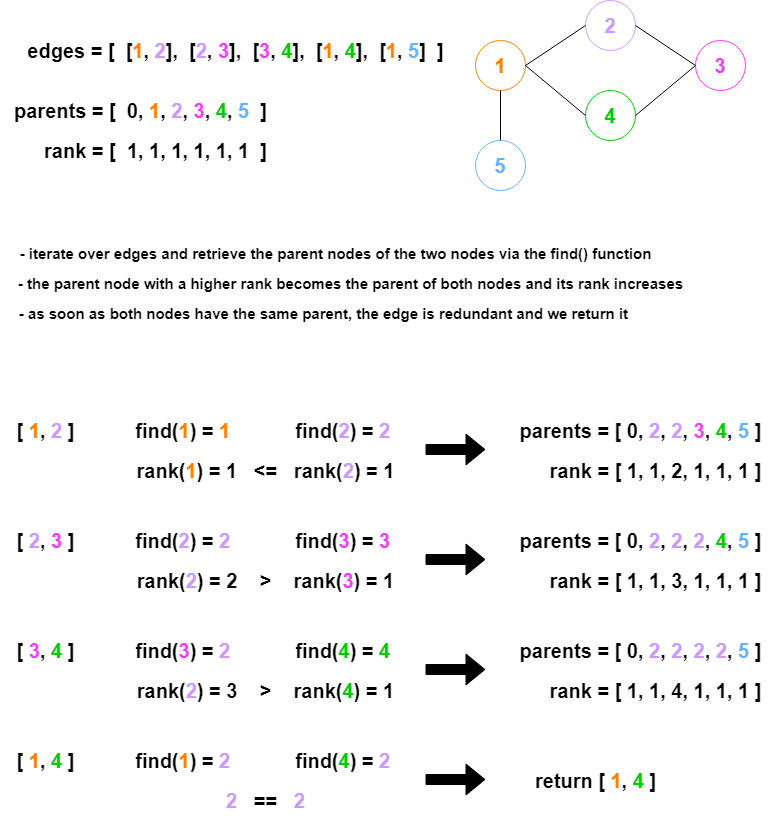
The draw.io diagram Python3/img/RedundantConnection.png in ashiven/leetcode-solutions, before a commit. Source tidied: cells renumbered, new cells last; positions are measured from the earlier drawing's top-left corner, leaving out a move shared by most shapes. The source it was exported from:
```xml
<mxGraphModel>
  <root>
    <mxCell id="0" />
    <mxCell id="1" parent="0" />
    <mxCell id="2" value="edges = [&amp;nbsp; [&lt;font color=&quot;#ff8000&quot;&gt;1&lt;/font&gt;,&amp;nbsp;&lt;font color=&quot;#cc99ff&quot;&gt;2&lt;/font&gt;],&amp;nbsp; [&lt;font color=&quot;#cc99ff&quot;&gt;2&lt;/font&gt;,&amp;nbsp;&lt;font color=&quot;#ff33ff&quot;&gt;3&lt;/font&gt;],&amp;nbsp; [&lt;font color=&quot;#ff33ff&quot;&gt;3&lt;/font&gt;,&amp;nbsp;&lt;font color=&quot;#00cc00&quot;&gt;4&lt;/font&gt;],&amp;nbsp; [&lt;font color=&quot;#ff8000&quot;&gt;1&lt;/font&gt;,&amp;nbsp;&lt;font color=&quot;#00cc00&quot;&gt;4&lt;/font&gt;],&amp;nbsp; [&lt;font color=&quot;#ff8000&quot;&gt;1&lt;/font&gt;,&amp;nbsp;&lt;font color=&quot;#66b2ff&quot;&gt;5&lt;/font&gt;]&amp;nbsp; ]" style="text;html=1;align=center;verticalAlign=middle;strokeColor=none;fillColor=none;fontSize=20;fontStyle=1;" parent="1" vertex="1">
      <mxGeometry x="15" y="30" width="440" height="40" as="geometry" />
    </mxCell>
    <mxCell id="3" value="parents = [&amp;nbsp; 0, &lt;font color=&quot;#ff8000&quot;&gt;1&lt;/font&gt;, &lt;font color=&quot;#cc99ff&quot;&gt;2&lt;/font&gt;, &lt;font color=&quot;#ff33ff&quot;&gt;3&lt;/font&gt;, &lt;font color=&quot;#00cc00&quot;&gt;4&lt;/font&gt;, &lt;font color=&quot;#66b2ff&quot;&gt;5&amp;nbsp;&lt;/font&gt; ]" style="text;html=1;align=center;verticalAlign=middle;strokeColor=none;fillColor=none;fontSize=20;fontStyle=1;" parent="1" vertex="1">
      <mxGeometry y="90" width="280" height="40" as="geometry" />
    </mxCell>
    <mxCell id="4" value="rank = [&amp;nbsp; 1, 1, 1, 1, 1, 1&amp;nbsp; ]" style="text;html=1;align=center;verticalAlign=middle;strokeColor=none;fillColor=none;fontSize=20;fontStyle=1;" parent="1" vertex="1">
      <mxGeometry x="30" y="130" width="250" height="40" as="geometry" />
    </mxCell>
    <mxCell id="5" value="&lt;font color=&quot;#ff8000&quot;&gt;1&lt;/font&gt;" style="ellipse;whiteSpace=wrap;html=1;fillColor=none;fontSize=20;fontStyle=1;strokeColor=#FF8000;" parent="1" vertex="1">
      <mxGeometry x="475" y="40" width="50" height="50" as="geometry" />
    </mxCell>
    <mxCell id="6" value="&lt;font color=&quot;#cc99ff&quot;&gt;2&lt;/font&gt;" style="ellipse;whiteSpace=wrap;html=1;fillColor=none;fontSize=20;fontStyle=1;strokeColor=#CC99FF;" parent="1" vertex="1">
      <mxGeometry x="585" width="50" height="50" as="geometry" />
    </mxCell>
    <mxCell id="7" value="&lt;font color=&quot;#ff33ff&quot;&gt;3&lt;/font&gt;" style="ellipse;whiteSpace=wrap;html=1;fillColor=none;fontSize=20;fontStyle=1;strokeColor=#FF33FF;" parent="1" vertex="1">
      <mxGeometry x="695" y="40" width="50" height="50" as="geometry" />
    </mxCell>
    <mxCell id="8" value="&lt;font color=&quot;#00cc00&quot;&gt;4&lt;/font&gt;" style="ellipse;whiteSpace=wrap;html=1;fillColor=none;fontSize=20;fontStyle=1;strokeColor=#00CC00;" parent="1" vertex="1">
      <mxGeometry x="585" y="90" width="50" height="50" as="geometry" />
    </mxCell>
    <mxCell id="9" value="&lt;font color=&quot;#66b2ff&quot;&gt;5&lt;/font&gt;" style="ellipse;whiteSpace=wrap;html=1;fillColor=none;fontSize=20;fontStyle=1;strokeColor=#66B2FF;" parent="1" vertex="1">
      <mxGeometry x="475" y="140" width="50" height="50" as="geometry" />
    </mxCell>
    <mxCell id="10" style="endArrow=none;html=1;rounded=0;entryX=0;entryY=0.5;entryDx=0;entryDy=0;exitX=1;exitY=0.5;exitDx=0;exitDy=0;" parent="1" edge="1" source="5" target="6">
      <mxGeometry relative="1" as="geometry" />
    </mxCell>
    <mxCell id="11" style="endArrow=none;html=1;rounded=0;entryX=1;entryY=0.5;entryDx=0;entryDy=0;exitX=0;exitY=0.5;exitDx=0;exitDy=0;" parent="1" edge="1" source="7" target="6">
      <mxGeometry relative="1" as="geometry" />
    </mxCell>
    <mxCell id="12" style="endArrow=none;html=1;rounded=0;entryX=1;entryY=0.5;entryDx=0;entryDy=0;exitX=0;exitY=0.5;exitDx=0;exitDy=0;" parent="1" edge="1" source="7" target="8">
      <mxGeometry relative="1" as="geometry" />
    </mxCell>
    <mxCell id="13" style="endArrow=none;html=1;rounded=0;entryX=0;entryY=0.5;entryDx=0;entryDy=0;exitX=1;exitY=0.5;exitDx=0;exitDy=0;" parent="1" edge="1" source="5" target="8">
      <mxGeometry relative="1" as="geometry" />
    </mxCell>
    <mxCell id="14" style="endArrow=none;html=1;rounded=0;entryX=0.5;entryY=0;entryDx=0;entryDy=0;exitX=0.5;exitY=1;exitDx=0;exitDy=0;" parent="1" edge="1" source="5" target="9">
      <mxGeometry relative="1" as="geometry" />
    </mxCell>
    <mxCell id="15" value="[ &lt;font color=&quot;#ff8000&quot;&gt;1&lt;/font&gt;,&amp;nbsp;&lt;font color=&quot;#cc99ff&quot;&gt;2&lt;/font&gt; ]" style="text;html=1;align=center;verticalAlign=middle;strokeColor=none;fillColor=none;fontSize=20;fontStyle=1;" parent="1" vertex="1">
      <mxGeometry x="5" y="410" width="80" height="40" as="geometry" />
    </mxCell>
    <mxCell id="16" value="find(&lt;font color=&quot;#ff8000&quot;&gt;1&lt;/font&gt;) = &lt;font color=&quot;#ff8000&quot;&gt;1&lt;/font&gt;&amp;nbsp;" style="text;html=1;align=center;verticalAlign=middle;strokeColor=none;fillColor=none;fontSize=20;fontStyle=1;" parent="1" vertex="1">
      <mxGeometry x="125" y="410" width="120" height="40" as="geometry" />
    </mxCell>
    <mxCell id="17" value="find(&lt;font color=&quot;#cc99ff&quot;&gt;2&lt;/font&gt;) = &lt;font color=&quot;#cc99ff&quot;&gt;2&lt;/font&gt;&amp;nbsp;" style="text;html=1;align=center;verticalAlign=middle;strokeColor=none;fillColor=none;fontSize=20;fontStyle=1;" parent="1" vertex="1">
      <mxGeometry x="285" y="410" width="120" height="40" as="geometry" />
    </mxCell>
    <mxCell id="18" value="rank(&lt;font color=&quot;#ff8000&quot;&gt;1&lt;/font&gt;) = 1&amp;nbsp; &amp;nbsp;&amp;lt;=&amp;nbsp; &amp;nbsp;rank(&lt;font style=&quot;border-color: var(--border-color);&quot; color=&quot;#cc99ff&quot;&gt;2&lt;/font&gt;) = 1" style="text;html=1;align=center;verticalAlign=middle;strokeColor=none;fillColor=none;fontSize=20;fontStyle=1;" parent="1" vertex="1">
      <mxGeometry x="125" y="450" width="280" height="40" as="geometry" />
    </mxCell>
    <mxCell id="19" value="parents = [ 0, &lt;font color=&quot;#cc99ff&quot;&gt;2&lt;/font&gt;, &lt;font color=&quot;#cc99ff&quot;&gt;2&lt;/font&gt;, &lt;font color=&quot;#ff33ff&quot;&gt;3&lt;/font&gt;, &lt;font color=&quot;#00cc00&quot;&gt;4&lt;/font&gt;, &lt;font color=&quot;#66b2ff&quot;&gt;5&lt;/font&gt; ]" style="text;html=1;align=center;verticalAlign=middle;strokeColor=none;fillColor=none;fontSize=20;fontStyle=1;" parent="1" vertex="1">
      <mxGeometry x="505" y="410" width="270" height="40" as="geometry" />
    </mxCell>
    <mxCell id="20" value="rank = [ 1, 1, 2, 1, 1, 1 ]" style="text;html=1;align=center;verticalAlign=middle;strokeColor=none;fillColor=none;fontSize=20;fontStyle=1;" parent="1" vertex="1">
      <mxGeometry x="535" y="450" width="240" height="40" as="geometry" />
    </mxCell>
    <mxCell id="21" style="shape=flexArrow;endArrow=classic;html=1;rounded=0;fillColor=#000000;" parent="1" edge="1">
      <mxGeometry relative="1" as="geometry">
        <mxPoint x="425" y="449" as="sourcePoint" />
        <mxPoint x="485" y="449" as="targetPoint" />
      </mxGeometry>
    </mxCell>
    <mxCell id="22" value="[ &lt;font color=&quot;#cc99ff&quot;&gt;2&lt;/font&gt;,&lt;font color=&quot;#cc99ff&quot;&gt; &lt;/font&gt;&lt;font color=&quot;#ff33ff&quot;&gt;3&lt;/font&gt; ]" style="text;html=1;align=center;verticalAlign=middle;strokeColor=none;fillColor=none;fontSize=20;fontStyle=1;" parent="1" vertex="1">
      <mxGeometry x="5" y="520" width="80" height="40" as="geometry" />
    </mxCell>
    <mxCell id="23" value="find(&lt;font color=&quot;#cc99ff&quot;&gt;2&lt;/font&gt;) = &lt;font color=&quot;#cc99ff&quot;&gt;2&lt;/font&gt;&amp;nbsp;" style="text;html=1;align=center;verticalAlign=middle;strokeColor=none;fillColor=none;fontSize=20;fontStyle=1;" parent="1" vertex="1">
      <mxGeometry x="125" y="520" width="120" height="40" as="geometry" />
    </mxCell>
    <mxCell id="24" value="find(&lt;font color=&quot;#ff33ff&quot;&gt;3&lt;/font&gt;) = &lt;font color=&quot;#ff33ff&quot;&gt;3&lt;/font&gt;&amp;nbsp;" style="text;html=1;align=center;verticalAlign=middle;strokeColor=none;fillColor=none;fontSize=20;fontStyle=1;" parent="1" vertex="1">
      <mxGeometry x="285" y="520" width="120" height="40" as="geometry" />
    </mxCell>
    <mxCell id="25" value="rank(&lt;font color=&quot;#cc99ff&quot;&gt;2&lt;/font&gt;) = 2&amp;nbsp; &amp;nbsp; &amp;gt;&amp;nbsp; &amp;nbsp; rank(&lt;font color=&quot;#ff33ff&quot;&gt;3&lt;/font&gt;) = 1" style="text;html=1;align=center;verticalAlign=middle;strokeColor=none;fillColor=none;fontSize=20;fontStyle=1;" parent="1" vertex="1">
      <mxGeometry x="125" y="560" width="280" height="40" as="geometry" />
    </mxCell>
    <mxCell id="26" value="parents = [ 0, &lt;font color=&quot;#cc99ff&quot;&gt;2&lt;/font&gt;, &lt;font color=&quot;#cc99ff&quot;&gt;2&lt;/font&gt;, &lt;font color=&quot;#cc99ff&quot;&gt;2&lt;/font&gt;, &lt;font color=&quot;#00cc00&quot;&gt;4&lt;/font&gt;, &lt;font color=&quot;#66b2ff&quot;&gt;5&lt;/font&gt; ]" style="text;html=1;align=center;verticalAlign=middle;strokeColor=none;fillColor=none;fontSize=20;fontStyle=1;" parent="1" vertex="1">
      <mxGeometry x="505" y="520" width="270" height="40" as="geometry" />
    </mxCell>
    <mxCell id="27" value="rank = [ 1, 1, 3, 1, 1, 1 ]" style="text;html=1;align=center;verticalAlign=middle;strokeColor=none;fillColor=none;fontSize=20;fontStyle=1;" parent="1" vertex="1">
      <mxGeometry x="535" y="560" width="240" height="40" as="geometry" />
    </mxCell>
    <mxCell id="28" style="shape=flexArrow;endArrow=classic;html=1;rounded=0;fillColor=#000000;" parent="1" edge="1">
      <mxGeometry relative="1" as="geometry">
        <mxPoint x="425" y="559" as="sourcePoint" />
        <mxPoint x="485" y="559" as="targetPoint" />
      </mxGeometry>
    </mxCell>
    <mxCell id="29" value="[ &lt;font color=&quot;#ff33ff&quot;&gt;3&lt;/font&gt;,&lt;font color=&quot;#cc99ff&quot;&gt; &lt;/font&gt;&lt;font color=&quot;#00cc00&quot;&gt;4&lt;/font&gt;&amp;nbsp;]" style="text;html=1;align=center;verticalAlign=middle;strokeColor=none;fillColor=none;fontSize=20;fontStyle=1;" parent="1" vertex="1">
      <mxGeometry x="5" y="630" width="80" height="40" as="geometry" />
    </mxCell>
    <mxCell id="30" value="find(&lt;font color=&quot;#ff33ff&quot;&gt;3&lt;/font&gt;) = &lt;font color=&quot;#cc99ff&quot;&gt;2&lt;/font&gt;&amp;nbsp;" style="text;html=1;align=center;verticalAlign=middle;strokeColor=none;fillColor=none;fontSize=20;fontStyle=1;" parent="1" vertex="1">
      <mxGeometry x="125" y="630" width="120" height="40" as="geometry" />
    </mxCell>
    <mxCell id="31" value="find(&lt;font color=&quot;#00cc00&quot;&gt;4&lt;/font&gt;) = &lt;font color=&quot;#00cc00&quot;&gt;4&lt;/font&gt;&amp;nbsp;" style="text;html=1;align=center;verticalAlign=middle;strokeColor=none;fillColor=none;fontSize=20;fontStyle=1;" parent="1" vertex="1">
      <mxGeometry x="285" y="630" width="120" height="40" as="geometry" />
    </mxCell>
    <mxCell id="32" value="rank(&lt;font color=&quot;#cc99ff&quot;&gt;2&lt;/font&gt;) = 3&amp;nbsp; &amp;nbsp; &amp;gt;&amp;nbsp; &amp;nbsp; rank(&lt;font color=&quot;#00cc00&quot;&gt;4&lt;/font&gt;) = 1" style="text;html=1;align=center;verticalAlign=middle;strokeColor=none;fillColor=none;fontSize=20;fontStyle=1;" parent="1" vertex="1">
      <mxGeometry x="125" y="670" width="280" height="40" as="geometry" />
    </mxCell>
    <mxCell id="33" value="parents = [ 0, &lt;font color=&quot;#cc99ff&quot;&gt;2&lt;/font&gt;, &lt;font color=&quot;#cc99ff&quot;&gt;2&lt;/font&gt;, &lt;font color=&quot;#cc99ff&quot;&gt;2&lt;/font&gt;, &lt;font color=&quot;#cc99ff&quot;&gt;2&lt;/font&gt;, &lt;font color=&quot;#66b2ff&quot;&gt;5&lt;/font&gt; ]" style="text;html=1;align=center;verticalAlign=middle;strokeColor=none;fillColor=none;fontSize=20;fontStyle=1;" parent="1" vertex="1">
      <mxGeometry x="505" y="630" width="270" height="40" as="geometry" />
    </mxCell>
    <mxCell id="34" value="rank = [ 1, 1, 4, 1, 1, 1 ]" style="text;html=1;align=center;verticalAlign=middle;strokeColor=none;fillColor=none;fontSize=20;fontStyle=1;" parent="1" vertex="1">
      <mxGeometry x="535" y="670" width="240" height="40" as="geometry" />
    </mxCell>
    <mxCell id="35" style="shape=flexArrow;endArrow=classic;html=1;rounded=0;fillColor=#000000;" parent="1" edge="1">
      <mxGeometry relative="1" as="geometry">
        <mxPoint x="425" y="669" as="sourcePoint" />
        <mxPoint x="485" y="669" as="targetPoint" />
      </mxGeometry>
    </mxCell>
    <mxCell id="36" value="[ &lt;font color=&quot;#ff8000&quot;&gt;1&lt;/font&gt;,&lt;font color=&quot;#cc99ff&quot;&gt; &lt;/font&gt;&lt;font color=&quot;#00cc00&quot;&gt;4&lt;/font&gt;&amp;nbsp;]" style="text;html=1;align=center;verticalAlign=middle;strokeColor=none;fillColor=none;fontSize=20;fontStyle=1;" parent="1" vertex="1">
      <mxGeometry x="5" y="740" width="80" height="40" as="geometry" />
    </mxCell>
    <mxCell id="37" value="find(&lt;font color=&quot;#ff8000&quot;&gt;1&lt;/font&gt;) = &lt;font color=&quot;#cc99ff&quot;&gt;2&lt;/font&gt;&amp;nbsp;" style="text;html=1;align=center;verticalAlign=middle;strokeColor=none;fillColor=none;fontSize=20;fontStyle=1;" parent="1" vertex="1">
      <mxGeometry x="125" y="740" width="120" height="40" as="geometry" />
    </mxCell>
    <mxCell id="38" value="find(&lt;font color=&quot;#00cc00&quot;&gt;4&lt;/font&gt;) = &lt;font color=&quot;#cc99ff&quot;&gt;2&lt;/font&gt;&amp;nbsp;" style="text;html=1;align=center;verticalAlign=middle;strokeColor=none;fillColor=none;fontSize=20;fontStyle=1;" parent="1" vertex="1">
      <mxGeometry x="285" y="740" width="120" height="40" as="geometry" />
    </mxCell>
    <mxCell id="39" value="&lt;font color=&quot;#cc99ff&quot;&gt;2&amp;nbsp; &amp;nbsp;&lt;/font&gt;==&amp;nbsp; &amp;nbsp;&lt;font color=&quot;#cc99ff&quot;&gt;2&lt;/font&gt;" style="text;html=1;align=center;verticalAlign=middle;strokeColor=none;fillColor=none;fontSize=20;fontStyle=1;" parent="1" vertex="1">
      <mxGeometry x="215" y="780" width="100" height="40" as="geometry" />
    </mxCell>
    <mxCell id="40" value="return [ &lt;font color=&quot;#ff8000&quot;&gt;1&lt;/font&gt;, &lt;font color=&quot;#00cc00&quot;&gt;4&lt;/font&gt;&amp;nbsp;]" style="text;html=1;align=center;verticalAlign=middle;strokeColor=none;fillColor=none;fontSize=20;fontStyle=1;" parent="1" vertex="1">
      <mxGeometry x="525" y="760" width="140" height="40" as="geometry" />
    </mxCell>
    <mxCell id="41" style="shape=flexArrow;endArrow=classic;html=1;rounded=0;fillColor=#000000;" parent="1" edge="1">
      <mxGeometry relative="1" as="geometry">
        <mxPoint x="425" y="779" as="sourcePoint" />
        <mxPoint x="485" y="779" as="targetPoint" />
      </mxGeometry>
    </mxCell>
    <mxCell id="42" value="- iterate over edges and retrieve the parent nodes of the two nodes via the find() function" style="text;html=1;align=center;verticalAlign=middle;strokeColor=none;fillColor=none;fontSize=15;fontStyle=1;" parent="1" vertex="1">
      <mxGeometry x="5" y="238" width="660" height="30" as="geometry" />
    </mxCell>
    <mxCell id="43" value="- the parent node with a higher rank becomes the parent of both nodes and its rank increases" style="text;html=1;align=center;verticalAlign=middle;strokeColor=none;fillColor=none;fontSize=15;fontStyle=1;" parent="1" vertex="1">
      <mxGeometry x="5" y="268" width="690" height="30" as="geometry" />
    </mxCell>
    <mxCell id="44" value="- as soon as both nodes have the same parent, the edge is redundant and we return it&amp;nbsp;" style="text;html=1;align=center;verticalAlign=middle;strokeColor=none;fillColor=none;fontSize=15;fontStyle=1;" parent="1" vertex="1">
      <mxGeometry x="5" y="298" width="640" height="30" as="geometry" />
    </mxCell>
  </root>
</mxGraphModel>
```
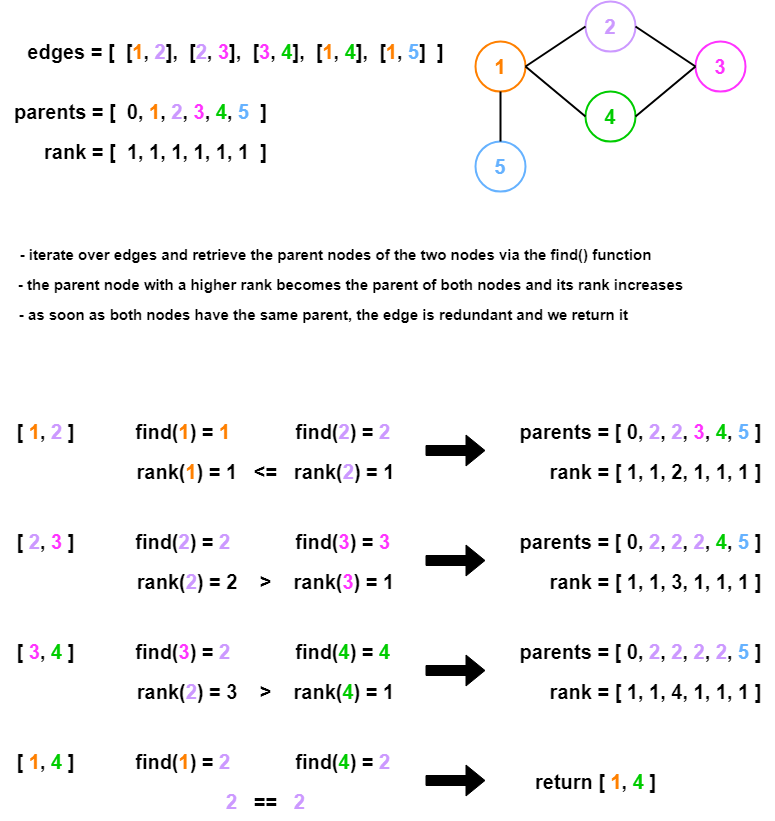
The same diagram one commit later.

Change to the diagram source:
```diff
@@ -11,34 +11,34 @@
     <mxCell id="4" value="rank = [&amp;nbsp; 1, 1, 1, 1, 1, 1&amp;nbsp; ]" style="text;html=1;align=center;verticalAlign=middle;strokeColor=none;fillColor=none;fontSize=20;fontStyle=1;" parent="1" vertex="1">
       <mxGeometry x="30" y="130" width="250" height="40" as="geometry" />
     </mxCell>
-    <mxCell id="5" value="&lt;font color=&quot;#ff8000&quot;&gt;1&lt;/font&gt;" style="ellipse;whiteSpace=wrap;html=1;fillColor=none;fontSize=20;fontStyle=1;strokeColor=#FF8000;" parent="1" vertex="1">
+    <mxCell id="5" value="&lt;font color=&quot;#ff8000&quot;&gt;1&lt;/font&gt;" style="ellipse;whiteSpace=wrap;html=1;fillColor=none;fontSize=20;fontStyle=1;strokeColor=#FF8000;strokeWidth=2;" parent="1" vertex="1">
       <mxGeometry x="475" y="40" width="50" height="50" as="geometry" />
     </mxCell>
-    <mxCell id="6" value="&lt;font color=&quot;#cc99ff&quot;&gt;2&lt;/font&gt;" style="ellipse;whiteSpace=wrap;html=1;fillColor=none;fontSize=20;fontStyle=1;strokeColor=#CC99FF;" parent="1" vertex="1">
+    <mxCell id="6" value="&lt;font color=&quot;#cc99ff&quot;&gt;2&lt;/font&gt;" style="ellipse;whiteSpace=wrap;html=1;fillColor=none;fontSize=20;fontStyle=1;strokeColor=#CC99FF;strokeWidth=2;" parent="1" vertex="1">
       <mxGeometry x="585" width="50" height="50" as="geometry" />
     </mxCell>
-    <mxCell id="7" value="&lt;font color=&quot;#ff33ff&quot;&gt;3&lt;/font&gt;" style="ellipse;whiteSpace=wrap;html=1;fillColor=none;fontSize=20;fontStyle=1;strokeColor=#FF33FF;" parent="1" vertex="1">
+    <mxCell id="7" value="&lt;font color=&quot;#ff33ff&quot;&gt;3&lt;/font&gt;" style="ellipse;whiteSpace=wrap;html=1;fillColor=none;fontSize=20;fontStyle=1;strokeColor=#FF33FF;strokeWidth=2;" parent="1" vertex="1">
       <mxGeometry x="695" y="40" width="50" height="50" as="geometry" />
     </mxCell>
-    <mxCell id="8" value="&lt;font color=&quot;#00cc00&quot;&gt;4&lt;/font&gt;" style="ellipse;whiteSpace=wrap;html=1;fillColor=none;fontSize=20;fontStyle=1;strokeColor=#00CC00;" parent="1" vertex="1">
+    <mxCell id="8" value="&lt;font color=&quot;#00cc00&quot;&gt;4&lt;/font&gt;" style="ellipse;whiteSpace=wrap;html=1;fillColor=none;fontSize=20;fontStyle=1;strokeColor=#00CC00;strokeWidth=2;" parent="1" vertex="1">
       <mxGeometry x="585" y="90" width="50" height="50" as="geometry" />
     </mxCell>
-    <mxCell id="9" value="&lt;font color=&quot;#66b2ff&quot;&gt;5&lt;/font&gt;" style="ellipse;whiteSpace=wrap;html=1;fillColor=none;fontSize=20;fontStyle=1;strokeColor=#66B2FF;" parent="1" vertex="1">
+    <mxCell id="9" value="&lt;font color=&quot;#66b2ff&quot;&gt;5&lt;/font&gt;" style="ellipse;whiteSpace=wrap;html=1;fillColor=none;fontSize=20;fontStyle=1;strokeColor=#66B2FF;strokeWidth=2;" parent="1" vertex="1">
       <mxGeometry x="475" y="140" width="50" height="50" as="geometry" />
     </mxCell>
-    <mxCell id="10" style="endArrow=none;html=1;rounded=0;entryX=0;entryY=0.5;entryDx=0;entryDy=0;exitX=1;exitY=0.5;exitDx=0;exitDy=0;" parent="1" edge="1" source="5" target="6">
+    <mxCell id="10" style="endArrow=none;html=1;rounded=0;entryX=0;entryY=0.5;entryDx=0;entryDy=0;exitX=1;exitY=0.5;exitDx=0;exitDy=0;strokeWidth=2;" parent="1" edge="1" source="5" target="6">
       <mxGeometry relative="1" as="geometry" />
     </mxCell>
-    <mxCell id="11" style="endArrow=none;html=1;rounded=0;entryX=1;entryY=0.5;entryDx=0;entryDy=0;exitX=0;exitY=0.5;exitDx=0;exitDy=0;" parent="1" edge="1" source="7" target="6">
+    <mxCell id="11" style="endArrow=none;html=1;rounded=0;entryX=1;entryY=0.5;entryDx=0;entryDy=0;exitX=0;exitY=0.5;exitDx=0;exitDy=0;strokeWidth=2;" parent="1" edge="1" source="7" target="6">
       <mxGeometry relative="1" as="geometry" />
     </mxCell>
-    <mxCell id="12" style="endArrow=none;html=1;rounded=0;entryX=1;entryY=0.5;entryDx=0;entryDy=0;exitX=0;exitY=0.5;exitDx=0;exitDy=0;" parent="1" edge="1" source="7" target="8">
+    <mxCell id="12" style="endArrow=none;html=1;rounded=0;entryX=1;entryY=0.5;entryDx=0;entryDy=0;exitX=0;exitY=0.5;exitDx=0;exitDy=0;strokeWidth=2;" parent="1" edge="1" source="7" target="8">
       <mxGeometry relative="1" as="geometry" />
     </mxCell>
-    <mxCell id="13" style="endArrow=none;html=1;rounded=0;entryX=0;entryY=0.5;entryDx=0;entryDy=0;exitX=1;exitY=0.5;exitDx=0;exitDy=0;" parent="1" edge="1" source="5" target="8">
+    <mxCell id="13" style="endArrow=none;html=1;rounded=0;entryX=0;entryY=0.5;entryDx=0;entryDy=0;exitX=1;exitY=0.5;exitDx=0;exitDy=0;strokeWidth=2;" parent="1" edge="1" source="5" target="8">
       <mxGeometry relative="1" as="geometry" />
     </mxCell>
-    <mxCell id="14" style="endArrow=none;html=1;rounded=0;entryX=0.5;entryY=0;entryDx=0;entryDy=0;exitX=0.5;exitY=1;exitDx=0;exitDy=0;" parent="1" edge="1" source="5" target="9">
+    <mxCell id="14" style="endArrow=none;html=1;rounded=0;entryX=0.5;entryY=0;entryDx=0;entryDy=0;exitX=0.5;exitY=1;exitDx=0;exitDy=0;strokeWidth=2;" parent="1" edge="1" source="5" target="9">
       <mxGeometry relative="1" as="geometry" />
     </mxCell>
     <mxCell id="15" value="[ &lt;font color=&quot;#ff8000&quot;&gt;1&lt;/font&gt;,&amp;nbsp;&lt;font color=&quot;#cc99ff&quot;&gt;2&lt;/font&gt; ]" style="text;html=1;align=center;verticalAlign=middle;strokeColor=none;fillColor=none;fontSize=20;fontStyle=1;" parent="1" vertex="1">
```
